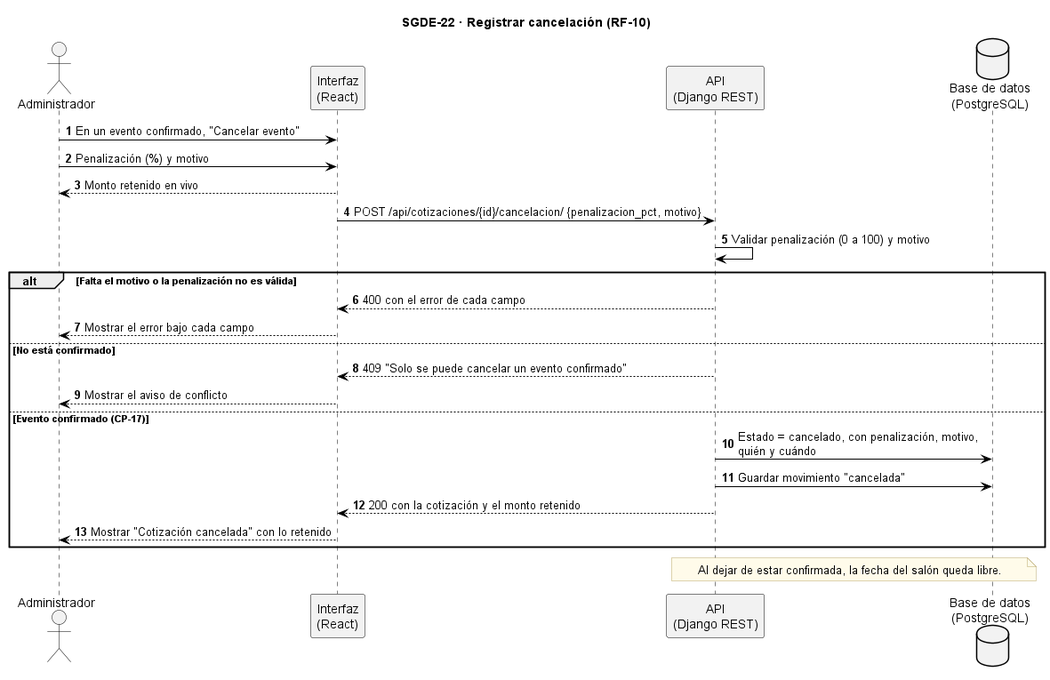
Before: docs/diagramas_secuencia_sgde_v3/SGDE-22_Registrar_cancelacion_secuencia.png, a diagram exported from PlantUML (AndreCamx2/Gestion-De-Eventos).
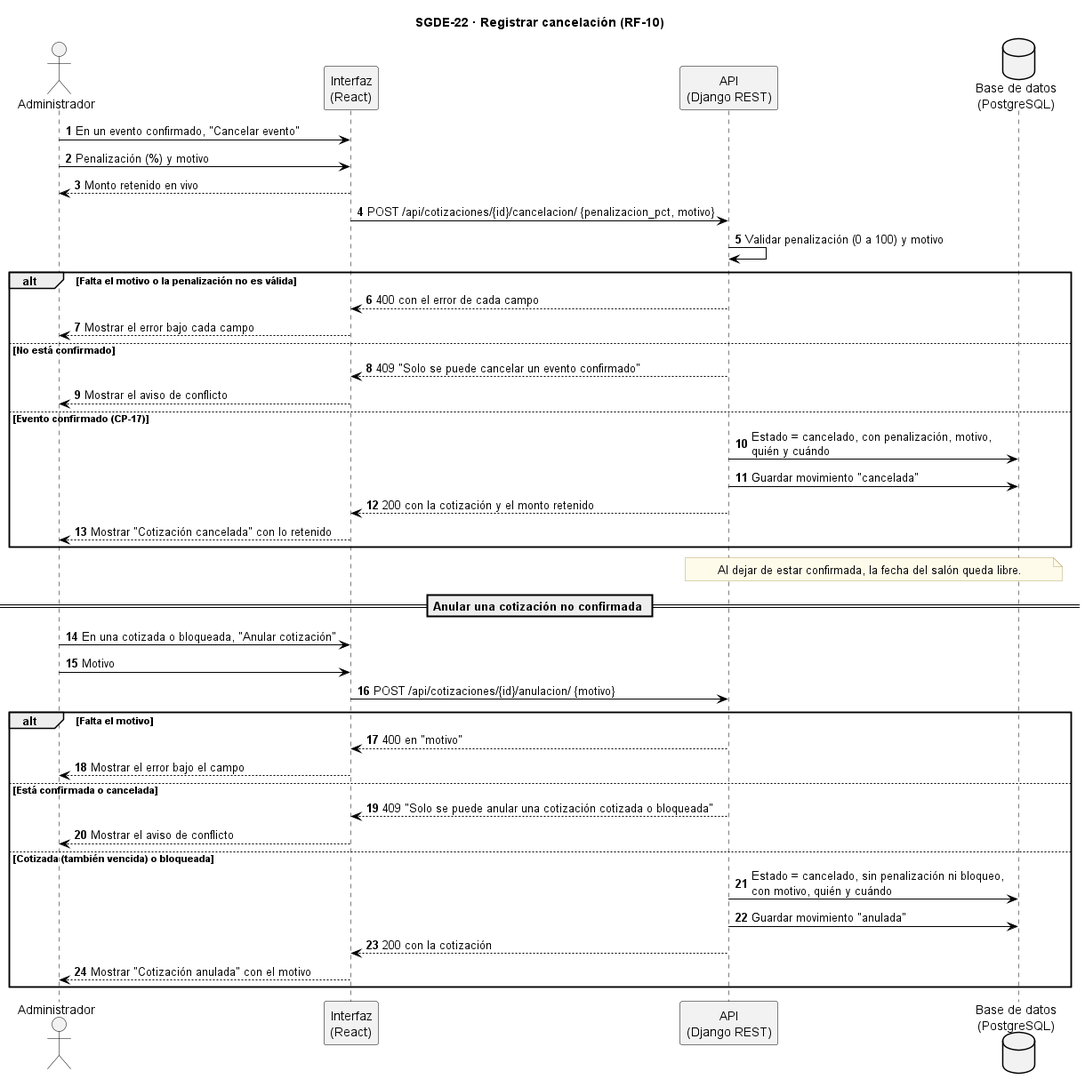
After the change.

The edit, as a diff of the source:
```diff
@@ -44,4 +44,21 @@
 note over SI, BD
   Al dejar de estar confirmada, la fecha del salón queda libre.
 end note
+
+== Anular una cotización no confirmada ==
+AD -> UI : En una cotizada o bloqueada, "Anular cotización"
+AD -> UI : Motivo
+UI -> SI : POST /api/cotizaciones/{id}/anulacion/ {motivo}
+alt Falta el motivo
+  SI --> UI : 400 en "motivo"
+  UI --> AD : Mostrar el error bajo el campo
+else Está confirmada o cancelada
+  SI --> UI : 409 "Solo se puede anular una cotización cotizada o bloqueada"
+  UI --> AD : Mostrar el aviso de conflicto
+else Cotizada (también vencida) o bloqueada
+  SI -> BD : Estado = cancelado, sin penalización ni bloqueo,\ncon motivo, quién y cuándo
+  SI -> BD : Guardar movimiento "anulada"
+  SI --> UI : 200 con la cotización
+  UI --> AD : Mostrar "Cotización anulada" con el motivo
+end
 @enduml
```
